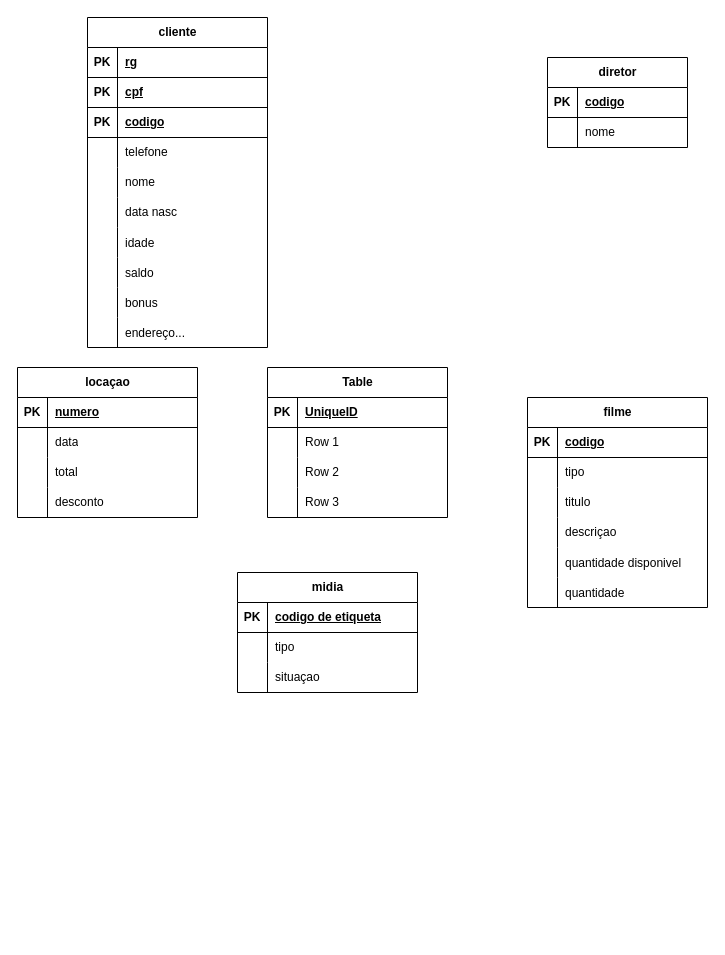
Above: Diagrama sem nome.drawio in Gui-Muniz/MER-MR (draw.io), before the change. Source tidied: cells renumbered, new cells numbered last; positions are measured from the earlier drawing's top-left corner, leaving out a move shared by most shapes. Both pictures are drawn from the tidied source at 100%, with x=0, y=0 at pixel (17, 17).
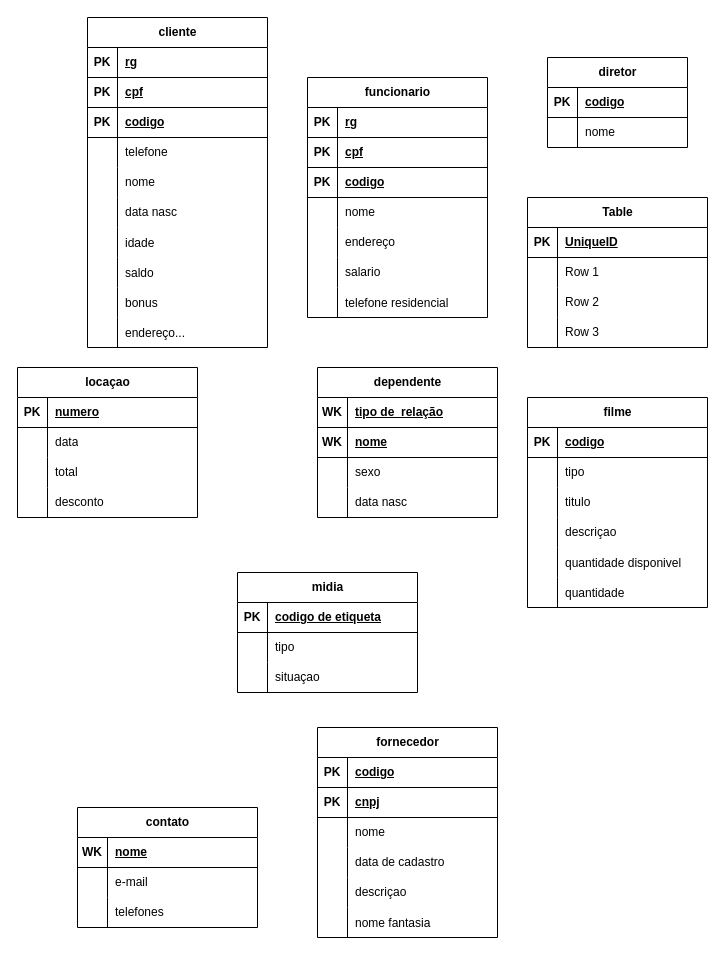
The same page after the edit.

The change refers to these unchanged cells:
```xml
<mxCell id="87" style="shape=tableRow;horizontal=0;startSize=0;swimlaneHead=0;swimlaneBody=0;fillColor=none;top=0;left=0;right=0;bottom=1;" parent="86" vertex="1">
  <mxGeometry y="30" width="180" height="30" as="geometry" />
</mxCell>
```

The edit, as a diff of the source:
```diff
@@
-    <mxCell id="86" value="Table" style="shape=table;startSize=30;childLayout=tableLayout;rowLines=0;fontStyle=1;align=center;html=1;" parent="1" vertex="1">
-      <mxGeometry x="250" y="350" width="180" height="150" as="geometry" />
+    <mxCell id="86" value="dependente" style="shape=table;startSize=30;childLayout=tableLayout;rowLines=0;fontStyle=1;align=center;html=1;" parent="1" vertex="1">
+      <mxGeometry x="300" y="350" width="180" height="150" as="geometry" />
     </mxCell>
@@
-    <mxCell id="88" value="PK" style="shape=partialRectangle;fillColor=none;top=0;left=0;bottom=0;right=0;fontStyle=1;overflow=hidden;whiteSpace=wrap;html=1;" parent="87" vertex="1">
+    <mxCell id="88" value="WK" style="shape=partialRectangle;fillColor=none;top=0;left=0;bottom=0;right=0;fontStyle=1;overflow=hidden;whiteSpace=wrap;html=1;" parent="87" vertex="1">
       <mxGeometry width="30" height="30" as="geometry" />
     </mxCell>
-    <mxCell id="89" value="UniqueID" style="shape=partialRectangle;fillColor=none;top=0;left=0;bottom=0;right=0;align=left;spacingLeft=6;fontStyle=5;overflow=hidden;whiteSpace=wrap;html=1;" parent="87" vertex="1">
+    <mxCell id="89" value="tipo de&amp;nbsp; relação" style="shape=partialRectangle;fillColor=none;top=0;left=0;bottom=0;right=0;align=left;spacingLeft=6;fontStyle=5;overflow=hidden;whiteSpace=wrap;html=1;" parent="87" vertex="1">
       <mxGeometry x="30" width="150" height="30" as="geometry" />
     </mxCell>
+    <mxCell id="99" style="shape=tableRow;horizontal=0;startSize=0;swimlaneHead=0;swimlaneBody=0;fillColor=none;top=0;left=0;right=0;bottom=1;" parent="86" vertex="1">
+      <mxGeometry y="60" width="180" height="30" as="geometry" />
+    </mxCell>
+    <mxCell id="100" value="WK" style="shape=partialRectangle;fillColor=none;top=0;left=0;bottom=0;right=0;fontStyle=1;overflow=hidden;whiteSpace=wrap;html=1;" parent="99" vertex="1">
+      <mxGeometry width="30" height="30" as="geometry" />
+    </mxCell>
+    <mxCell id="101" value="nome" style="shape=partialRectangle;fillColor=none;top=0;left=0;bottom=0;right=0;align=left;spacingLeft=6;fontStyle=5;overflow=hidden;whiteSpace=wrap;html=1;" parent="99" vertex="1">
+      <mxGeometry x="30" width="150" height="30" as="geometry" />
+    </mxCell>
     <mxCell id="90" style="shape=tableRow;horizontal=0;startSize=0;swimlaneHead=0;swimlaneBody=0;fillColor=none;top=0;left=0;right=0;bottom=0;" parent="86" vertex="1">
-      <mxGeometry y="60" width="180" height="30" as="geometry" />
+      <mxGeometry y="90" width="180" height="30" as="geometry" />
     </mxCell>
@@
-    <mxCell id="92" value="Row 1" style="shape=partialRectangle;fillColor=none;top=0;left=0;bottom=0;right=0;align=left;spacingLeft=6;overflow=hidden;whiteSpace=wrap;html=1;" parent="90" vertex="1">
+    <mxCell id="92" value="sexo" style="shape=partialRectangle;fillColor=none;top=0;left=0;bottom=0;right=0;align=left;spacingLeft=6;overflow=hidden;whiteSpace=wrap;html=1;" parent="90" vertex="1">
       <mxGeometry x="30" width="150" height="30" as="geometry" />
     </mxCell>
     <mxCell id="93" style="shape=tableRow;horizontal=0;startSize=0;swimlaneHead=0;swimlaneBody=0;fillColor=none;top=0;left=0;right=0;bottom=0;" parent="86" vertex="1">
-      <mxGeometry y="90" width="180" height="30" as="geometry" />
+      <mxGeometry y="120" width="180" height="30" as="geometry" />
     </mxCell>
@@
-    <mxCell id="95" value="Row 2" style="shape=partialRectangle;fillColor=none;top=0;left=0;bottom=0;right=0;align=left;spacingLeft=6;overflow=hidden;whiteSpace=wrap;html=1;" parent="93" vertex="1">
+    <mxCell id="95" value="data nasc" style="shape=partialRectangle;fillColor=none;top=0;left=0;bottom=0;right=0;align=left;spacingLeft=6;overflow=hidden;whiteSpace=wrap;html=1;" parent="93" vertex="1">
       <mxGeometry x="30" width="150" height="30" as="geometry" />
     </mxCell>
-    <mxCell id="96" style="shape=tableRow;horizontal=0;startSize=0;swimlaneHead=0;swimlaneBody=0;fillColor=none;top=0;left=0;right=0;bottom=0;" parent="86" vertex="1">
-      <mxGeometry y="120" width="180" height="30" as="geometry" />
-    </mxCell>
-    <mxCell id="97" style="shape=partialRectangle;fillColor=none;top=0;left=0;bottom=0;right=0;overflow=hidden;whiteSpace=wrap;html=1;" parent="96" vertex="1">
-      <mxGeometry width="30" height="30" as="geometry" />
-    </mxCell>
+    <mxCell id="102" value="funcionario" style="shape=table;startSize=30;childLayout=tableLayout;rowLines=0;fontStyle=1;align=center;html=1;" parent="1" vertex="1">
+      <mxGeometry x="290" y="60" width="180" height="240" as="geometry" />
+    </mxCell>
+    <mxCell id="103" style="shape=tableRow;horizontal=0;startSize=0;swimlaneHead=0;swimlaneBody=0;fillColor=none;top=0;left=0;right=0;bottom=1;" parent="102" vertex="1">
+      <mxGeometry y="30" width="180" height="30" as="geometry" />
+    </mxCell>
+    <mxCell id="104" value="PK" style="shape=partialRectangle;fillColor=none;top=0;left=0;bottom=0;right=0;fontStyle=1;overflow=hidden;whiteSpace=wrap;html=1;" parent="103" vertex="1">
+      <mxGeometry width="30" height="30" as="geometry" />
+    </mxCell>
+    <mxCell id="105" value="rg" style="shape=partialRectangle;fillColor=none;top=0;left=0;bottom=0;right=0;align=left;spacingLeft=6;fontStyle=5;overflow=hidden;whiteSpace=wrap;html=1;" parent="103" vertex="1">
+      <mxGeometry x="30" width="150" height="30" as="geometry" />
+    </mxCell>
+    <mxCell id="106" style="shape=tableRow;horizontal=0;startSize=0;swimlaneHead=0;swimlaneBody=0;fillColor=none;top=0;left=0;right=0;bottom=1;" parent="102" vertex="1">
+      <mxGeometry y="60" width="180" height="30" as="geometry" />
+    </mxCell>
+    <mxCell id="107" value="PK" style="shape=partialRectangle;fillColor=none;top=0;left=0;bottom=0;right=0;fontStyle=1;overflow=hidden;whiteSpace=wrap;html=1;" parent="106" vertex="1">
+      <mxGeometry width="30" height="30" as="geometry" />
+    </mxCell>
+    <mxCell id="108" value="cpf" style="shape=partialRectangle;fillColor=none;top=0;left=0;bottom=0;right=0;align=left;spacingLeft=6;fontStyle=5;overflow=hidden;whiteSpace=wrap;html=1;" parent="106" vertex="1">
+      <mxGeometry x="30" width="150" height="30" as="geometry" />
+    </mxCell>
+    <mxCell id="109" style="shape=tableRow;horizontal=0;startSize=0;swimlaneHead=0;swimlaneBody=0;fillColor=none;top=0;left=0;right=0;bottom=1;" parent="102" vertex="1">
+      <mxGeometry y="90" width="180" height="30" as="geometry" />
+    </mxCell>
+    <mxCell id="110" value="PK" style="shape=partialRectangle;fillColor=none;top=0;left=0;bottom=0;right=0;fontStyle=1;overflow=hidden;whiteSpace=wrap;html=1;" parent="109" vertex="1">
+      <mxGeometry width="30" height="30" as="geometry" />
+    </mxCell>
+    <mxCell id="111" value="codigo" style="shape=partialRectangle;fillColor=none;top=0;left=0;bottom=0;right=0;align=left;spacingLeft=6;fontStyle=5;overflow=hidden;whiteSpace=wrap;html=1;" parent="109" vertex="1">
+      <mxGeometry x="30" width="150" height="30" as="geometry" />
+    </mxCell>
+    <mxCell id="112" style="shape=tableRow;horizontal=0;startSize=0;swimlaneHead=0;swimlaneBody=0;fillColor=none;top=0;left=0;right=0;bottom=0;" parent="102" vertex="1">
+      <mxGeometry y="120" width="180" height="30" as="geometry" />
+    </mxCell>
+    <mxCell id="113" style="shape=partialRectangle;fillColor=none;top=0;left=0;bottom=0;right=0;overflow=hidden;whiteSpace=wrap;html=1;" parent="112" vertex="1">
+      <mxGeometry width="30" height="30" as="geometry" />
+    </mxCell>
+    <mxCell id="114" value="nome" style="shape=partialRectangle;fillColor=none;top=0;left=0;bottom=0;right=0;align=left;spacingLeft=6;overflow=hidden;whiteSpace=wrap;html=1;" parent="112" vertex="1">
+      <mxGeometry x="30" width="150" height="30" as="geometry" />
+    </mxCell>
+    <mxCell id="115" style="shape=tableRow;horizontal=0;startSize=0;swimlaneHead=0;swimlaneBody=0;fillColor=none;top=0;left=0;right=0;bottom=0;" parent="102" vertex="1">
+      <mxGeometry y="150" width="180" height="30" as="geometry" />
+    </mxCell>
+    <mxCell id="116" style="shape=partialRectangle;fillColor=none;top=0;left=0;bottom=0;right=0;overflow=hidden;whiteSpace=wrap;html=1;" parent="115" vertex="1">
+      <mxGeometry width="30" height="30" as="geometry" />
+    </mxCell>
+    <mxCell id="117" value="endereço" style="shape=partialRectangle;fillColor=none;top=0;left=0;bottom=0;right=0;align=left;spacingLeft=6;overflow=hidden;whiteSpace=wrap;html=1;" parent="115" vertex="1">
+      <mxGeometry x="30" width="150" height="30" as="geometry" />
+    </mxCell>
+    <mxCell id="118" style="shape=tableRow;horizontal=0;startSize=0;swimlaneHead=0;swimlaneBody=0;fillColor=none;top=0;left=0;right=0;bottom=0;" parent="102" vertex="1">
+      <mxGeometry y="180" width="180" height="30" as="geometry" />
+    </mxCell>
+    <mxCell id="119" style="shape=partialRectangle;fillColor=none;top=0;left=0;bottom=0;right=0;overflow=hidden;whiteSpace=wrap;html=1;" parent="118" vertex="1">
+      <mxGeometry width="30" height="30" as="geometry" />
+    </mxCell>
+    <mxCell id="120" value="salario" style="shape=partialRectangle;fillColor=none;top=0;left=0;bottom=0;right=0;align=left;spacingLeft=6;overflow=hidden;whiteSpace=wrap;html=1;" parent="118" vertex="1">
+      <mxGeometry x="30" width="150" height="30" as="geometry" />
+    </mxCell>
+    <mxCell id="121" style="shape=tableRow;horizontal=0;startSize=0;swimlaneHead=0;swimlaneBody=0;fillColor=none;top=0;left=0;right=0;bottom=0;" parent="102" vertex="1">
+      <mxGeometry y="210" width="180" height="30" as="geometry" />
+    </mxCell>
+    <mxCell id="122" style="shape=partialRectangle;fillColor=none;top=0;left=0;bottom=0;right=0;overflow=hidden;" parent="121" vertex="1">
+      <mxGeometry width="30" height="30" as="geometry" />
+    </mxCell>
+    <mxCell id="123" value="telefone residencial" style="shape=partialRectangle;fillColor=none;top=0;left=0;bottom=0;right=0;align=left;spacingLeft=6;overflow=hidden;" parent="121" vertex="1">
+      <mxGeometry x="30" width="150" height="30" as="geometry" />
+    </mxCell>
+    <mxCell id="124" value="Table" style="shape=table;startSize=30;childLayout=tableLayout;rowLines=0;fontStyle=1;align=center;html=1;" parent="1" vertex="1">
+      <mxGeometry x="510" y="180" width="180" height="150" as="geometry" />
+    </mxCell>
+    <mxCell id="125" style="shape=tableRow;horizontal=0;startSize=0;swimlaneHead=0;swimlaneBody=0;fillColor=none;top=0;left=0;right=0;bottom=1;" parent="124" vertex="1">
+      <mxGeometry y="30" width="180" height="30" as="geometry" />
+    </mxCell>
+    <mxCell id="126" value="PK" style="shape=partialRectangle;fillColor=none;top=0;left=0;bottom=0;right=0;fontStyle=1;overflow=hidden;whiteSpace=wrap;html=1;" parent="125" vertex="1">
+      <mxGeometry width="30" height="30" as="geometry" />
+    </mxCell>
+    <mxCell id="127" value="UniqueID" style="shape=partialRectangle;fillColor=none;top=0;left=0;bottom=0;right=0;align=left;spacingLeft=6;fontStyle=5;overflow=hidden;whiteSpace=wrap;html=1;" parent="125" vertex="1">
+      <mxGeometry x="30" width="150" height="30" as="geometry" />
+    </mxCell>
+    <mxCell id="128" style="shape=tableRow;horizontal=0;startSize=0;swimlaneHead=0;swimlaneBody=0;fillColor=none;top=0;left=0;right=0;bottom=0;" parent="124" vertex="1">
+      <mxGeometry y="60" width="180" height="30" as="geometry" />
+    </mxCell>
+    <mxCell id="129" style="shape=partialRectangle;fillColor=none;top=0;left=0;bottom=0;right=0;overflow=hidden;whiteSpace=wrap;html=1;" parent="128" vertex="1">
+      <mxGeometry width="30" height="30" as="geometry" />
+    </mxCell>
+    <mxCell id="130" value="Row 1" style="shape=partialRectangle;fillColor=none;top=0;left=0;bottom=0;right=0;align=left;spacingLeft=6;overflow=hidden;whiteSpace=wrap;html=1;" parent="128" vertex="1">
+      <mxGeometry x="30" width="150" height="30" as="geometry" />
+    </mxCell>
+    <mxCell id="131" style="shape=tableRow;horizontal=0;startSize=0;swimlaneHead=0;swimlaneBody=0;fillColor=none;top=0;left=0;right=0;bottom=0;" parent="124" vertex="1">
+      <mxGeometry y="90" width="180" height="30" as="geometry" />
+    </mxCell>
+    <mxCell id="132" style="shape=partialRectangle;fillColor=none;top=0;left=0;bottom=0;right=0;overflow=hidden;whiteSpace=wrap;html=1;" parent="131" vertex="1">
+      <mxGeometry width="30" height="30" as="geometry" />
+    </mxCell>
+    <mxCell id="133" value="Row 2" style="shape=partialRectangle;fillColor=none;top=0;left=0;bottom=0;right=0;align=left;spacingLeft=6;overflow=hidden;whiteSpace=wrap;html=1;" parent="131" vertex="1">
+      <mxGeometry x="30" width="150" height="30" as="geometry" />
+    </mxCell>
+    <mxCell id="134" style="shape=tableRow;horizontal=0;startSize=0;swimlaneHead=0;swimlaneBody=0;fillColor=none;top=0;left=0;right=0;bottom=0;" parent="124" vertex="1">
+      <mxGeometry y="120" width="180" height="30" as="geometry" />
+    </mxCell>
+    <mxCell id="135" style="shape=partialRectangle;fillColor=none;top=0;left=0;bottom=0;right=0;overflow=hidden;whiteSpace=wrap;html=1;" parent="134" vertex="1">
+      <mxGeometry width="30" height="30" as="geometry" />
+    </mxCell>
-    <mxCell id="98" value="Row 3" style="shape=partialRectangle;fillColor=none;top=0;left=0;bottom=0;right=0;align=left;spacingLeft=6;overflow=hidden;whiteSpace=wrap;html=1;" parent="96" vertex="1">
+    <mxCell id="98" value="Row 3" style="shape=partialRectangle;fillColor=none;top=0;left=0;bottom=0;right=0;align=left;spacingLeft=6;overflow=hidden;whiteSpace=wrap;html=1;" parent="134" vertex="1">
       <mxGeometry x="30" width="150" height="30" as="geometry" />
     </mxCell>
+    <mxCell id="136" value="fornecedor" style="shape=table;startSize=30;childLayout=tableLayout;rowLines=0;fontStyle=1;align=center;html=1;" parent="1" vertex="1">
+      <mxGeometry x="300" y="710" width="180" height="210" as="geometry" />
+    </mxCell>
+    <mxCell id="137" style="shape=tableRow;horizontal=0;startSize=0;swimlaneHead=0;swimlaneBody=0;fillColor=none;top=0;left=0;right=0;bottom=1;" parent="136" vertex="1">
+      <mxGeometry y="30" width="180" height="30" as="geometry" />
+    </mxCell>
+    <mxCell id="138" value="PK" style="shape=partialRectangle;fillColor=none;top=0;left=0;bottom=0;right=0;fontStyle=1;overflow=hidden;whiteSpace=wrap;html=1;" parent="137" vertex="1">
+      <mxGeometry width="30" height="30" as="geometry" />
+    </mxCell>
+    <mxCell id="139" value="codigo" style="shape=partialRectangle;fillColor=none;top=0;left=0;bottom=0;right=0;align=left;spacingLeft=6;fontStyle=5;overflow=hidden;whiteSpace=wrap;html=1;" parent="137" vertex="1">
+      <mxGeometry x="30" width="150" height="30" as="geometry" />
+    </mxCell>
+    <mxCell id="140" style="shape=tableRow;horizontal=0;startSize=0;swimlaneHead=0;swimlaneBody=0;fillColor=none;top=0;left=0;right=0;bottom=1;" parent="136" vertex="1">
+      <mxGeometry y="60" width="180" height="30" as="geometry" />
+    </mxCell>
+    <mxCell id="141" value="PK" style="shape=partialRectangle;fillColor=none;top=0;left=0;bottom=0;right=0;fontStyle=1;overflow=hidden;whiteSpace=wrap;html=1;" parent="140" vertex="1">
+      <mxGeometry width="30" height="30" as="geometry" />
+    </mxCell>
+    <mxCell id="142" value="cnpj" style="shape=partialRectangle;fillColor=none;top=0;left=0;bottom=0;right=0;align=left;spacingLeft=6;fontStyle=5;overflow=hidden;whiteSpace=wrap;html=1;" parent="140" vertex="1">
+      <mxGeometry x="30" width="150" height="30" as="geometry" />
+    </mxCell>
+    <mxCell id="143" style="shape=tableRow;horizontal=0;startSize=0;swimlaneHead=0;swimlaneBody=0;fillColor=none;top=0;left=0;right=0;bottom=0;" parent="136" vertex="1">
+      <mxGeometry y="90" width="180" height="30" as="geometry" />
+    </mxCell>
+    <mxCell id="144" style="shape=partialRectangle;fillColor=none;top=0;left=0;bottom=0;right=0;overflow=hidden;whiteSpace=wrap;html=1;" parent="143" vertex="1">
+      <mxGeometry width="30" height="30" as="geometry" />
+    </mxCell>
+    <mxCell id="145" value="nome" style="shape=partialRectangle;fillColor=none;top=0;left=0;bottom=0;right=0;align=left;spacingLeft=6;overflow=hidden;whiteSpace=wrap;html=1;" parent="143" vertex="1">
+      <mxGeometry x="30" width="150" height="30" as="geometry" />
+    </mxCell>
+    <mxCell id="146" style="shape=tableRow;horizontal=0;startSize=0;swimlaneHead=0;swimlaneBody=0;fillColor=none;top=0;left=0;right=0;bottom=0;" parent="136" vertex="1">
+      <mxGeometry y="120" width="180" height="30" as="geometry" />
+    </mxCell>
+    <mxCell id="147" style="shape=partialRectangle;fillColor=none;top=0;left=0;bottom=0;right=0;overflow=hidden;whiteSpace=wrap;html=1;" parent="146" vertex="1">
+      <mxGeometry width="30" height="30" as="geometry" />
+    </mxCell>
+    <mxCell id="148" value="data de cadastro" style="shape=partialRectangle;fillColor=none;top=0;left=0;bottom=0;right=0;align=left;spacingLeft=6;overflow=hidden;whiteSpace=wrap;html=1;" parent="146" vertex="1">
+      <mxGeometry x="30" width="150" height="30" as="geometry" />
+    </mxCell>
+    <mxCell id="149" style="shape=tableRow;horizontal=0;startSize=0;swimlaneHead=0;swimlaneBody=0;fillColor=none;top=0;left=0;right=0;bottom=0;" parent="136" vertex="1">
+      <mxGeometry y="150" width="180" height="30" as="geometry" />
+    </mxCell>
+    <mxCell id="150" style="shape=partialRectangle;fillColor=none;top=0;left=0;bottom=0;right=0;overflow=hidden;whiteSpace=wrap;html=1;" parent="149" vertex="1">
+      <mxGeometry width="30" height="30" as="geometry" />
+    </mxCell>
+    <mxCell id="151" value="descriçao" style="shape=partialRectangle;fillColor=none;top=0;left=0;bottom=0;right=0;align=left;spacingLeft=6;overflow=hidden;whiteSpace=wrap;html=1;" parent="149" vertex="1">
+      <mxGeometry x="30" width="150" height="30" as="geometry" />
+    </mxCell>
+    <mxCell id="152" style="shape=tableRow;horizontal=0;startSize=0;swimlaneHead=0;swimlaneBody=0;fillColor=none;top=0;left=0;right=0;bottom=0;" parent="136" vertex="1">
+      <mxGeometry y="180" width="180" height="30" as="geometry" />
+    </mxCell>
+    <mxCell id="153" style="shape=partialRectangle;fillColor=none;top=0;left=0;bottom=0;right=0;overflow=hidden;" parent="152" vertex="1">
+      <mxGeometry width="30" height="30" as="geometry" />
+    </mxCell>
+    <mxCell id="154" value="nome fantasia" style="shape=partialRectangle;fillColor=none;top=0;left=0;bottom=0;right=0;align=left;spacingLeft=6;overflow=hidden;" parent="152" vertex="1">
+      <mxGeometry x="30" width="150" height="30" as="geometry" />
+    </mxCell>
+    <mxCell id="155" value="contato" style="shape=table;startSize=30;childLayout=tableLayout;rowLines=0;fontStyle=1;align=center;html=1;" parent="1" vertex="1">
+      <mxGeometry x="60" y="790" width="180" height="120" as="geometry" />
+    </mxCell>
+    <mxCell id="156" style="shape=tableRow;horizontal=0;startSize=0;swimlaneHead=0;swimlaneBody=0;fillColor=none;top=0;left=0;right=0;bottom=1;" parent="155" vertex="1">
+      <mxGeometry y="30" width="180" height="30" as="geometry" />
+    </mxCell>
+    <mxCell id="157" value="WK" style="shape=partialRectangle;fillColor=none;top=0;left=0;bottom=0;right=0;fontStyle=1;overflow=hidden;whiteSpace=wrap;html=1;" parent="156" vertex="1">
+      <mxGeometry width="30" height="30" as="geometry" />
+    </mxCell>
+    <mxCell id="158" value="nome" style="shape=partialRectangle;fillColor=none;top=0;left=0;bottom=0;right=0;align=left;spacingLeft=6;fontStyle=5;overflow=hidden;whiteSpace=wrap;html=1;" parent="156" vertex="1">
+      <mxGeometry x="30" width="150" height="30" as="geometry" />
+    </mxCell>
+    <mxCell id="159" style="shape=tableRow;horizontal=0;startSize=0;swimlaneHead=0;swimlaneBody=0;fillColor=none;top=0;left=0;right=0;bottom=0;" parent="155" vertex="1">
+      <mxGeometry y="60" width="180" height="30" as="geometry" />
+    </mxCell>
+    <mxCell id="160" style="shape=partialRectangle;fillColor=none;top=0;left=0;bottom=0;right=0;overflow=hidden;whiteSpace=wrap;html=1;" parent="159" vertex="1">
+      <mxGeometry width="30" height="30" as="geometry" />
+    </mxCell>
+    <mxCell id="161" value="e-mail" style="shape=partialRectangle;fillColor=none;top=0;left=0;bottom=0;right=0;align=left;spacingLeft=6;overflow=hidden;whiteSpace=wrap;html=1;" parent="159" vertex="1">
+      <mxGeometry x="30" width="150" height="30" as="geometry" />
+    </mxCell>
+    <mxCell id="162" style="shape=tableRow;horizontal=0;startSize=0;swimlaneHead=0;swimlaneBody=0;fillColor=none;top=0;left=0;right=0;bottom=0;" parent="155" vertex="1">
+      <mxGeometry y="90" width="180" height="30" as="geometry" />
+    </mxCell>
+    <mxCell id="163" style="shape=partialRectangle;fillColor=none;top=0;left=0;bottom=0;right=0;overflow=hidden;whiteSpace=wrap;html=1;" parent="162" vertex="1">
+      <mxGeometry width="30" height="30" as="geometry" />
+    </mxCell>
+    <mxCell id="164" value="telefones" style="shape=partialRectangle;fillColor=none;top=0;left=0;bottom=0;right=0;align=left;spacingLeft=6;overflow=hidden;whiteSpace=wrap;html=1;" parent="162" vertex="1">
+      <mxGeometry x="30" width="150" height="30" as="geometry" />
+    </mxCell>
```
